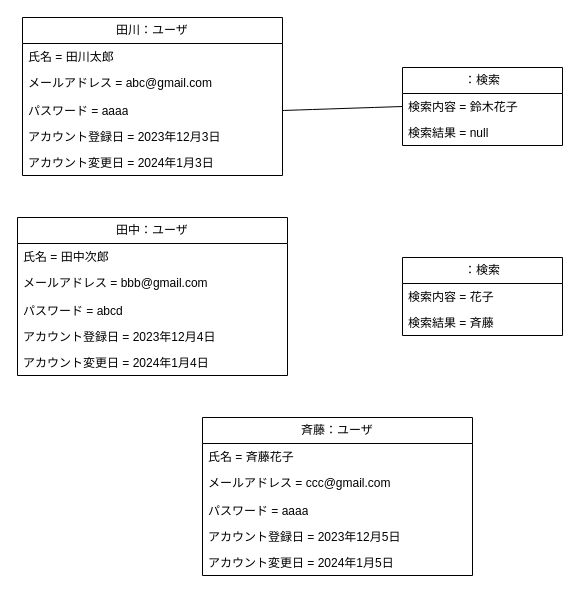
Before: 概念モデル/03_アカウント情報を検索する/アカウント情報を検索する.drawio in tawainfer/scorpio, a draw.io diagram. Source tidied: cells renumbered, new cells numbered last; positions are measured from the earlier drawing's top-left corner, leaving out a move shared by most shapes. Both pictures are drawn from the tidied source at 100%, with x=0, y=0 at pixel (17, 17).
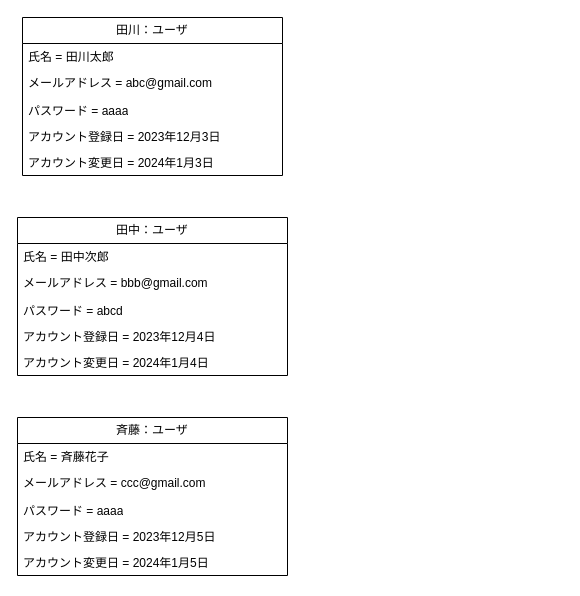
The same page after the edit.

The change refers to these unchanged cells:
```xml
<mxCell id="5" value="パスワード = aaaa" style="text;strokeColor=none;fillColor=none;align=left;verticalAlign=top;spacingLeft=4;spacingRight=4;overflow=hidden;points=[[0,0.5],[1,0.5]];portConstraint=eastwest;whiteSpace=wrap;html=1;" parent="2" vertex="1">
  <mxGeometry y="80" width="260" height="26" as="geometry" />
</mxCell>
```

What changed in the source:
```diff
@@
     <mxCell id="14" value="斉藤：ユーザ" style="swimlane;fontStyle=0;horizontal=1;startSize=26;fillColor=none;whiteSpace=wrap;html=1;" parent="1" vertex="1">
-      <mxGeometry x="185" y="400" width="270" height="158" as="geometry" />
+      <mxGeometry y="400" width="270" height="158" as="geometry" />
     </mxCell>
@@
-    <mxCell id="20" value="：検索" style="swimlane;fontStyle=0;horizontal=1;startSize=26;fillColor=none;whiteSpace=wrap;html=1;" parent="1" vertex="1">
-      <mxGeometry x="385" y="50" width="160" height="78" as="geometry" />
-    </mxCell>
-    <mxCell id="21" value="検索内容 = 鈴木花子" style="text;strokeColor=none;fillColor=none;align=left;verticalAlign=top;spacingLeft=4;spacingRight=4;overflow=hidden;points=[[0,0.5],[1,0.5]];portConstraint=eastwest;whiteSpace=wrap;html=1;" parent="20" vertex="1">
-      <mxGeometry y="26" width="160" height="26" as="geometry" />
-    </mxCell>
-    <mxCell id="22" value="検索結果 = null" style="text;strokeColor=none;fillColor=none;align=left;verticalAlign=top;spacingLeft=4;spacingRight=4;overflow=hidden;whiteSpace=wrap;html=1;" parent="20" vertex="1">
-      <mxGeometry y="52" width="160" height="26" as="geometry" />
-    </mxCell>
-    <mxCell id="23" style="endArrow=none;html=1;rounded=0;fontSize=12;startSize=8;endSize=8;curved=1;entryX=0;entryY=0.5;entryDx=0;entryDy=0;exitX=1;exitY=0.5;exitDx=0;exitDy=0;" parent="1" edge="1" source="5" target="21">
-      <mxGeometry relative="1" as="geometry" />
-    </mxCell>
-    <mxCell id="24" value="：検索" style="swimlane;fontStyle=0;horizontal=1;startSize=26;fillColor=none;whiteSpace=wrap;html=1;" parent="1" vertex="1">
-      <mxGeometry x="385" y="240" width="160" height="78" as="geometry" />
-    </mxCell>
-    <mxCell id="25" value="検索内容 = 花子" style="text;strokeColor=none;fillColor=none;align=left;verticalAlign=top;spacingLeft=4;spacingRight=4;overflow=hidden;whiteSpace=wrap;html=1;" parent="24" vertex="1">
-      <mxGeometry y="26" width="160" height="26" as="geometry" />
-    </mxCell>
-    <mxCell id="26" value="検索結果 = 斉藤" style="text;strokeColor=none;fillColor=none;align=left;verticalAlign=top;spacingLeft=4;spacingRight=4;overflow=hidden;whiteSpace=wrap;html=1;" parent="24" vertex="1">
-      <mxGeometry y="52" width="160" height="26" as="geometry" />
-    </mxCell>
```
